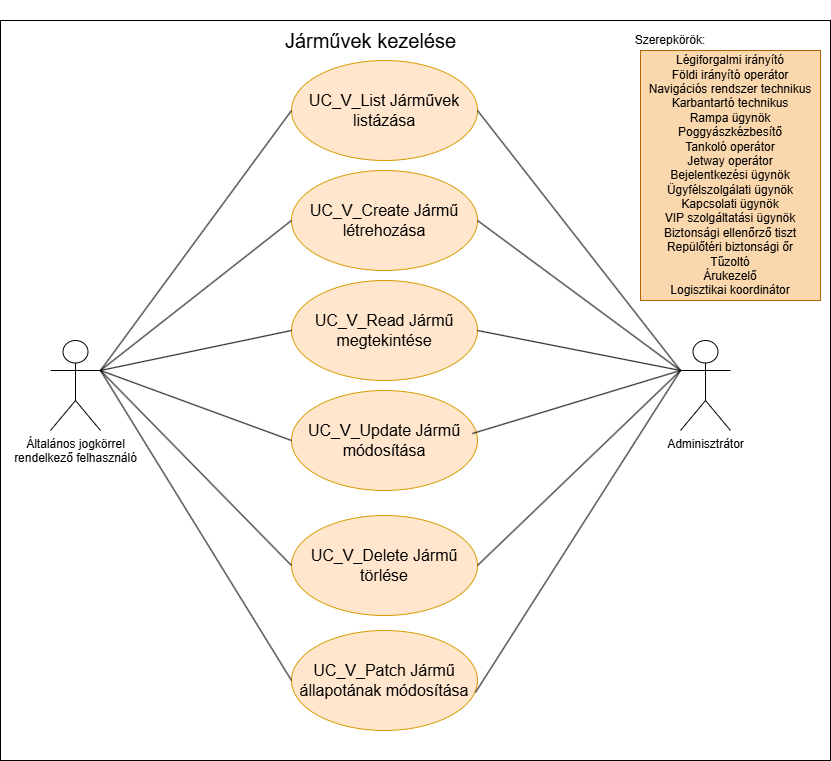
lulwszabolcs/A-PROJEKT keeps this draw.io diagram as docs/static/UC_diagrams/manageVehiclesUseCases.drawio.png. Above is the earlier version. Source tidied: cells renumbered, new cells last; positions are measured from the earlier drawing's top-left corner, leaving out a move shared by most shapes.
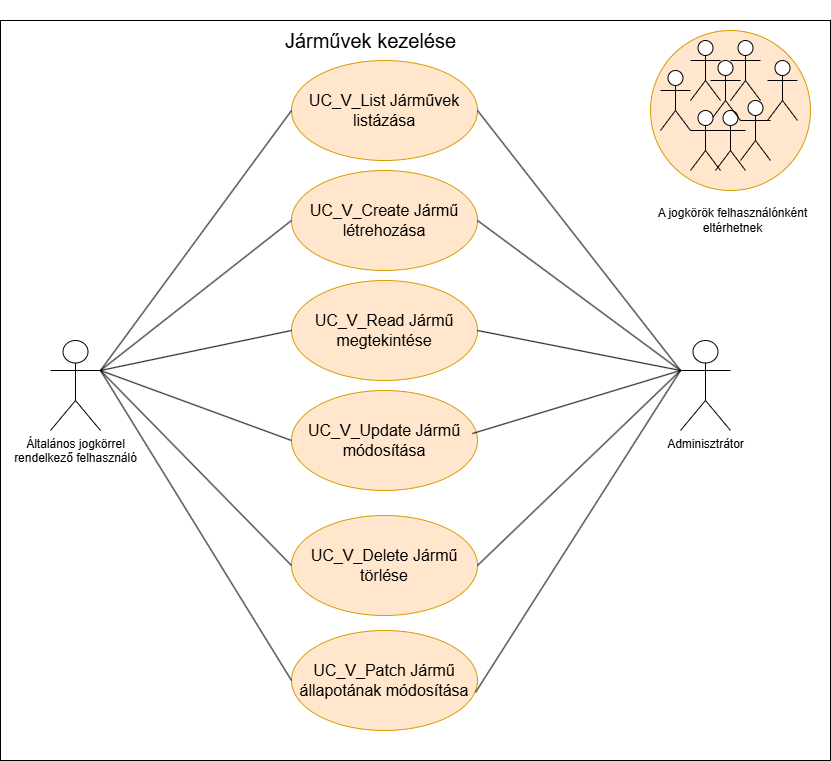
After the change.

Diff of the diagram source:
```diff
@@ -72,11 +72,35 @@
     <mxCell id="23" value="Adminisztrátor" style="shape=umlActor;verticalLabelPosition=bottom;verticalAlign=top;html=1;outlineConnect=0;" parent="1" vertex="1">
       <mxGeometry x="680" y="340" width="50" height="90" as="geometry" />
     </mxCell>
-    <mxCell id="24" value="Légiforgalmi irányító&lt;div&gt;Földi irányító operátor&lt;/div&gt;&lt;div&gt;Navigációs rendszer technikus&lt;/div&gt;&lt;div&gt;Karbantartó technikus&lt;/div&gt;&lt;div&gt;Rampa ügynök&lt;/div&gt;&lt;div&gt;Poggyászkézbesítő&lt;/div&gt;&lt;div&gt;Tankoló operátor&lt;/div&gt;&lt;div&gt;Jetway operátor&lt;/div&gt;&lt;div&gt;Bejelentkezési ügynök&lt;/div&gt;&lt;div&gt;Ügyfélszolgálati ügynök&lt;/div&gt;&lt;div&gt;Kapcsolati ügynök&lt;/div&gt;&lt;div&gt;VIP szolgáltatási ügynök&lt;/div&gt;&lt;div&gt;Biztonsági ellenőrző tiszt&lt;/div&gt;&lt;div&gt;Repülőtéri biztonsági őr&lt;/div&gt;&lt;div&gt;Tűzoltó&lt;/div&gt;&lt;div&gt;Árukezelő&lt;/div&gt;&lt;div&gt;Logisztikai koordinátor&lt;/div&gt;" style="rounded=0;whiteSpace=wrap;html=1;fillColor=#fad7ac;strokeColor=#b46504;" parent="1" vertex="1">
-      <mxGeometry x="640" y="50" width="180" height="250" as="geometry" />
-    </mxCell>
-    <mxCell id="25" value="Szerepkörök:" style="text;html=1;align=center;verticalAlign=middle;whiteSpace=wrap;rounded=0;" parent="1" vertex="1">
-      <mxGeometry x="640" y="25" width="60" height="30" as="geometry" />
-    </mxCell>
+    <mxCell id="26" style="ellipse;whiteSpace=wrap;html=1;fillColor=#ffe6cc;strokeColor=#d79b00;" parent="1" vertex="1">
+      <mxGeometry x="650" y="30" width="160" height="160" as="geometry" />
+    </mxCell>
+    <mxCell id="27" style="shape=umlActor;verticalLabelPosition=bottom;verticalAlign=top;html=1;" parent="1" vertex="1">
+      <mxGeometry x="767" y="60" width="30" height="60" as="geometry" />
+    </mxCell>
+    <mxCell id="28" style="shape=umlActor;verticalLabelPosition=bottom;verticalAlign=top;html=1;" parent="1" vertex="1">
+      <mxGeometry x="740" y="100" width="30" height="60" as="geometry" />
+    </mxCell>
+    <mxCell id="29" style="shape=umlActor;verticalLabelPosition=bottom;verticalAlign=top;html=1;" parent="1" vertex="1">
+      <mxGeometry x="715" y="110" width="30" height="60" as="geometry" />
+    </mxCell>
+    <mxCell id="30" style="shape=umlActor;verticalLabelPosition=bottom;verticalAlign=top;html=1;" parent="1" vertex="1">
+      <mxGeometry x="730" y="40" width="30" height="60" as="geometry" />
+    </mxCell>
+    <mxCell id="31" style="shape=umlActor;verticalLabelPosition=bottom;verticalAlign=top;html=1;" parent="1" vertex="1">
+      <mxGeometry x="710" y="60" width="30" height="60" as="geometry" />
+    </mxCell>
+    <mxCell id="32" style="shape=umlActor;verticalLabelPosition=bottom;verticalAlign=top;html=1;" parent="1" vertex="1">
+      <mxGeometry x="690" y="110" width="30" height="60" as="geometry" />
+    </mxCell>
+    <mxCell id="33" style="shape=umlActor;verticalLabelPosition=bottom;verticalAlign=top;html=1;" parent="1" vertex="1">
+      <mxGeometry x="690" y="40" width="30" height="60" as="geometry" />
+    </mxCell>
+    <mxCell id="34" style="shape=umlActor;verticalLabelPosition=bottom;verticalAlign=top;html=1;" parent="1" vertex="1">
+      <mxGeometry x="660" y="70" width="30" height="60" as="geometry" />
+    </mxCell>
+    <mxCell id="35" value="A jogkörök felhasználónként eltérhetnek" style="text;html=1;align=center;verticalAlign=middle;whiteSpace=wrap;rounded=0;" parent="1" vertex="1">
+      <mxGeometry x="655" y="205" width="155" height="30" as="geometry" />
+    </mxCell>
   </root>
 </mxGraphModel>
```
